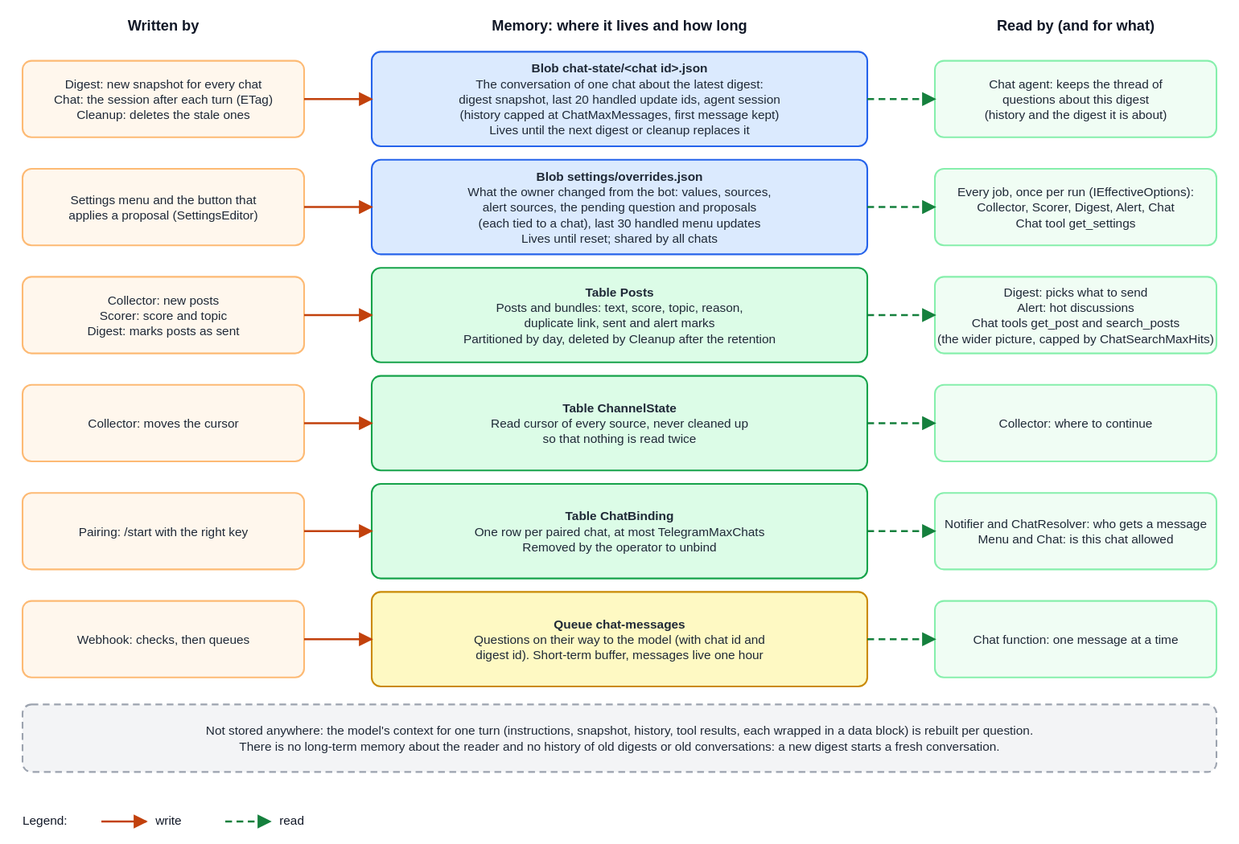
The draw.io diagram docs/developer-guide/images/memory.drawio.svg in KopylP/signal-feed, before a commit. Source tidied: cells renumbered, new cells last; positions are measured from the earlier drawing's top-left corner, leaving out a move shared by most shapes.
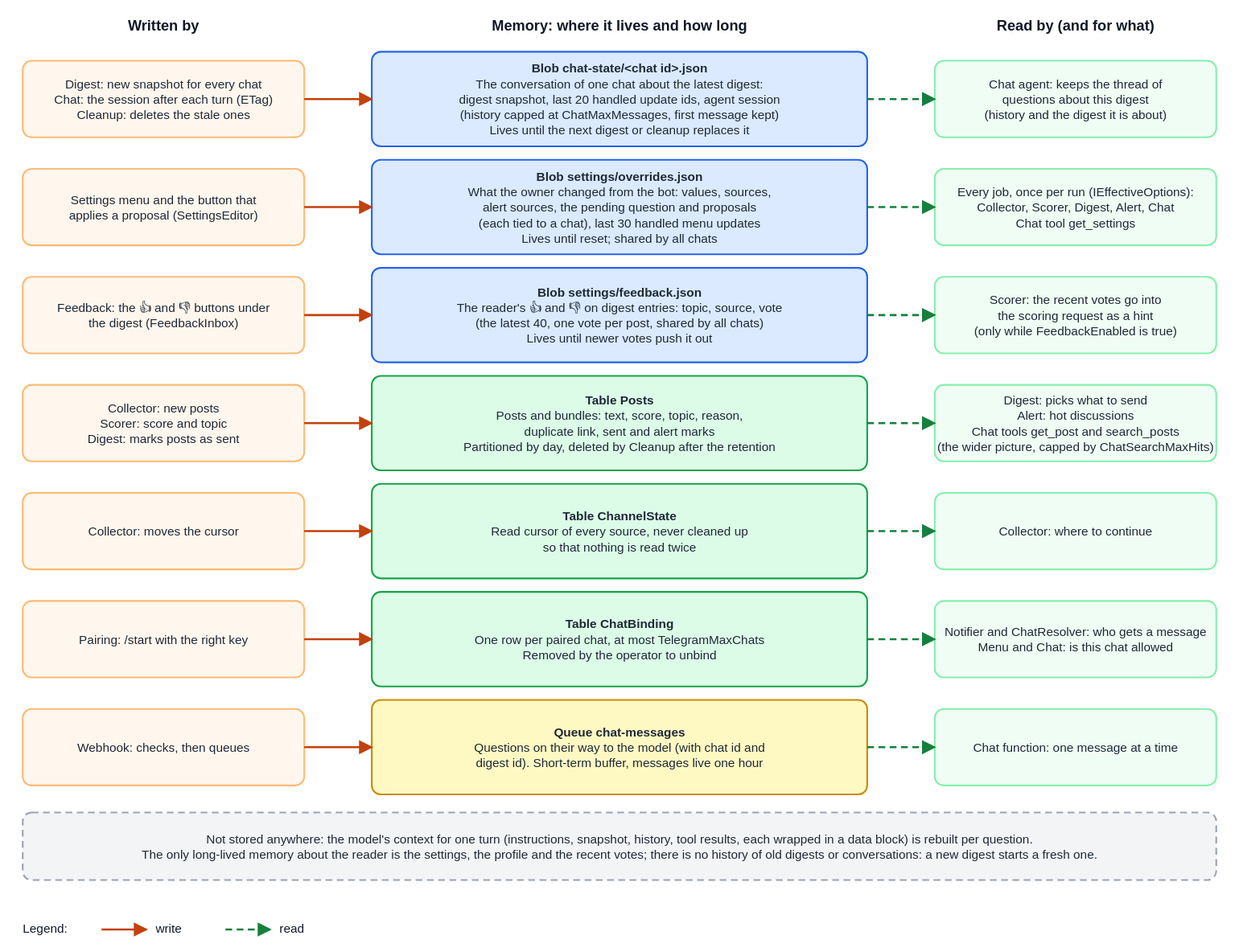
After the change.

The edit, as a diff of the source:
```diff
@@ -3,74 +3,104 @@
     <mxCell id="0" />
     <mxCell id="1" parent="0" />
     <mxCell id="2" value="&lt;b&gt;Written by&lt;/b&gt;" style="text;html=1;whiteSpace=wrap;align=center;verticalAlign=top;spacing=0;fontSize=13;fontColor=#111827;" parent="1" vertex="1">
-      <mxGeometry width="250" height="19" as="geometry" />
+      <mxGeometry y="-96" width="250" height="19" as="geometry" />
     </mxCell>
     <mxCell id="3" value="&lt;b&gt;Memory: where it lives and how long&lt;/b&gt;" style="text;html=1;whiteSpace=wrap;align=center;verticalAlign=top;spacing=0;fontSize=13;fontColor=#111827;" parent="1" vertex="1">
-      <mxGeometry x="310" width="440" height="19" as="geometry" />
+      <mxGeometry x="310" y="-96" width="440" height="19" as="geometry" />
     </mxCell>
     <mxCell id="4" value="&lt;b&gt;Read by (and for what)&lt;/b&gt;" style="text;html=1;whiteSpace=wrap;align=center;verticalAlign=top;spacing=0;fontSize=13;fontColor=#111827;" parent="1" vertex="1">
-      <mxGeometry x="810" width="250" height="19" as="geometry" />
+      <mxGeometry x="810" y="-96" width="250" height="19" as="geometry" />
     </mxCell>
     <mxCell id="5" style="rounded=1;arcSize=6;html=1;strokeColor=#2563eb;fillColor=#dbeafe;strokeWidth=1.5;" parent="1" vertex="1">
-      <mxGeometry x="310" y="32" width="440" height="84" as="geometry" />
+      <mxGeometry x="310" y="-64" width="440" height="84" as="geometry" />
     </mxCell>
     <mxCell id="6" value="&lt;b&gt;Blob  chat-state/&amp;lt;chat id&amp;gt;.json&lt;/b&gt;&lt;br&gt;The conversation of one chat about the latest digest:&lt;br&gt;digest snapshot, last 20 handled update ids, agent session&lt;br&gt;(history capped at ChatMaxMessages, first message kept)&lt;br&gt;Lives until the next digest or cleanup replaces it" style="text;html=1;whiteSpace=wrap;align=center;verticalAlign=top;spacing=0;fontSize=11;fontColor=#1f2937;" parent="1" vertex="1">
-      <mxGeometry x="310" y="39.6" width="440" height="70.8" as="geometry" />
+      <mxGeometry x="310" y="-56.4" width="440" height="70.8" as="geometry" />
     </mxCell>
     <mxCell id="7" style="rounded=1;arcSize=6;html=1;strokeColor=#fdba74;fillColor=#fff7ed;strokeWidth=1.5;" parent="1" vertex="1">
-      <mxGeometry y="40" width="250" height="68" as="geometry" />
+      <mxGeometry y="-56" width="250" height="68" as="geometry" />
     </mxCell>
     <mxCell id="8" value="Digest: new snapshot for every chat&lt;br&gt;Chat: the session after each turn (ETag)&lt;br&gt;Cleanup: deletes the stale ones" style="text;html=1;whiteSpace=wrap;align=center;verticalAlign=top;spacing=0;fontSize=11;fontColor=#1f2937;" parent="1" vertex="1">
-      <mxGeometry y="53.4" width="250" height="43.2" as="geometry" />
+      <mxGeometry y="-42.6" width="250" height="43.2" as="geometry" />
     </mxCell>
     <mxCell id="9" style="rounded=1;arcSize=6;html=1;strokeColor=#86efac;fillColor=#f0fdf4;strokeWidth=1.5;" parent="1" vertex="1">
-      <mxGeometry x="810" y="40" width="250" height="68" as="geometry" />
+      <mxGeometry x="810" y="-56" width="250" height="68" as="geometry" />
     </mxCell>
     <mxCell id="10" value="Chat agent: keeps the thread of&lt;br&gt;questions about this digest&lt;br&gt;(history and the digest it is about)" style="text;html=1;whiteSpace=wrap;align=center;verticalAlign=top;spacing=0;fontSize=11;fontColor=#1f2937;" parent="1" vertex="1">
-      <mxGeometry x="810" y="53.4" width="250" height="43.2" as="geometry" />
+      <mxGeometry x="810" y="-42.6" width="250" height="43.2" as="geometry" />
     </mxCell>
     <mxCell id="11" style="endArrow=block;html=1;strokeColor=#c2410c;strokeWidth=1.8;" parent="1" edge="1">
       <mxGeometry relative="1" as="geometry">
-        <mxPoint x="250" y="74" as="sourcePoint" />
-        <mxPoint x="310" y="74" as="targetPoint" />
+        <mxPoint x="250" y="-22" as="sourcePoint" />
+        <mxPoint x="310" y="-22" as="targetPoint" />
       </mxGeometry>
     </mxCell>
     <mxCell id="12" style="endArrow=block;html=1;strokeColor=#15803d;strokeWidth=1.8;dashed=1;" parent="1" edge="1">
       <mxGeometry relative="1" as="geometry">
-        <mxPoint x="750" y="74" as="sourcePoint" />
-        <mxPoint x="810" y="74" as="targetPoint" />
+        <mxPoint x="750" y="-22" as="sourcePoint" />
+        <mxPoint x="810" y="-22" as="targetPoint" />
       </mxGeometry>
     </mxCell>
     <mxCell id="13" style="rounded=1;arcSize=6;html=1;strokeColor=#2563eb;fillColor=#dbeafe;strokeWidth=1.5;" parent="1" vertex="1">
-      <mxGeometry x="310" y="128" width="440" height="84" as="geometry" />
+      <mxGeometry x="310" y="32" width="440" height="84" as="geometry" />
     </mxCell>
     <mxCell id="14" value="&lt;b&gt;Blob  settings/overrides.json&lt;/b&gt;&lt;br&gt;What the owner changed from the bot: values, sources,&lt;br&gt;alert sources, the pending question and proposals&lt;br&gt;(each tied to a chat), last 30 handled menu updates&lt;br&gt;Lives until reset; shared by all chats" style="text;html=1;whiteSpace=wrap;align=center;verticalAlign=top;spacing=0;fontSize=11;fontColor=#1f2937;" parent="1" vertex="1">
-      <mxGeometry x="310" y="135.6" width="440" height="70.8" as="geometry" />
+      <mxGeometry x="310" y="39.6" width="440" height="70.8" as="geometry" />
     </mxCell>
     <mxCell id="15" style="rounded=1;arcSize=6;html=1;strokeColor=#fdba74;fillColor=#fff7ed;strokeWidth=1.5;" parent="1" vertex="1">
-      <mxGeometry y="136" width="250" height="68" as="geometry" />
+      <mxGeometry y="40" width="250" height="68" as="geometry" />
     </mxCell>
     <mxCell id="16" value="Settings menu and the button that&lt;br&gt;applies a proposal (SettingsEditor)" style="text;html=1;whiteSpace=wrap;align=center;verticalAlign=top;spacing=0;fontSize=11;fontColor=#1f2937;" parent="1" vertex="1">
-      <mxGeometry y="156.2" width="250" height="29.5" as="geometry" />
+      <mxGeometry y="60.2" width="250" height="29.5" as="geometry" />
     </mxCell>
     <mxCell id="17" style="rounded=1;arcSize=6;html=1;strokeColor=#86efac;fillColor=#f0fdf4;strokeWidth=1.5;" parent="1" vertex="1">
-      <mxGeometry x="810" y="136" width="250" height="68" as="geometry" />
+      <mxGeometry x="810" y="40" width="250" height="68" as="geometry" />
     </mxCell>
     <mxCell id="18" value="Every job, once per run (IEffectiveOptions):&lt;br&gt;Collector, Scorer, Digest, Alert, Chat&lt;br&gt;Chat tool get_settings" style="text;html=1;whiteSpace=wrap;align=center;verticalAlign=top;spacing=0;fontSize=11;fontColor=#1f2937;" parent="1" vertex="1">
-      <mxGeometry x="810" y="149.4" width="250" height="43.2" as="geometry" />
+      <mxGeometry x="810" y="53.4" width="250" height="43.2" as="geometry" />
     </mxCell>
     <mxCell id="19" style="endArrow=block;html=1;strokeColor=#c2410c;strokeWidth=1.8;" parent="1" edge="1">
       <mxGeometry relative="1" as="geometry">
-        <mxPoint x="250" y="170" as="sourcePoint" />
-        <mxPoint x="310" y="170" as="targetPoint" />
+        <mxPoint x="250" y="74" as="sourcePoint" />
+        <mxPoint x="310" y="74" as="targetPoint" />
       </mxGeometry>
     </mxCell>
     <mxCell id="20" style="endArrow=block;html=1;strokeColor=#15803d;strokeWidth=1.8;dashed=1;" parent="1" edge="1">
       <mxGeometry relative="1" as="geometry">
-        <mxPoint x="750" y="170" as="sourcePoint" />
-        <mxPoint x="810" y="170" as="targetPoint" />
+        <mxPoint x="750" y="74" as="sourcePoint" />
+        <mxPoint x="810" y="74" as="targetPoint" />
       </mxGeometry>
     </mxCell>
+    <mxCell id="60" style="rounded=1;arcSize=6;html=1;strokeColor=#2563eb;fillColor=#dbeafe;strokeWidth=1.5;" parent="1" vertex="1">
+      <mxGeometry x="310" y="128" width="440" height="84" as="geometry" />
+    </mxCell>
+    <mxCell id="61" value="&lt;b&gt;Blob  settings/feedback.json&lt;/b&gt;&lt;br&gt;The reader's 👍 and 👎 on digest entries: topic, source, vote&lt;br&gt;(the latest 40, one vote per post, shared by all chats)&lt;br&gt;Lives until newer votes push it out" style="text;html=1;whiteSpace=wrap;align=center;verticalAlign=top;spacing=0;fontSize=11;fontColor=#1f2937;" parent="1" vertex="1">
+      <mxGeometry x="310" y="142.5" width="440" height="57" as="geometry" />
+    </mxCell>
+    <mxCell id="62" style="rounded=1;arcSize=6;html=1;strokeColor=#fdba74;fillColor=#fff7ed;strokeWidth=1.5;" parent="1" vertex="1">
+      <mxGeometry y="136" width="250" height="68" as="geometry" />
+    </mxCell>
+    <mxCell id="63" value="Feedback: the 👍 and 👎 buttons under&lt;br&gt;the digest (FeedbackInbox)" style="text;html=1;whiteSpace=wrap;align=center;verticalAlign=top;spacing=0;fontSize=11;fontColor=#1f2937;" parent="1" vertex="1">
+      <mxGeometry y="156.2" width="250" height="29.5" as="geometry" />
+    </mxCell>
+    <mxCell id="64" style="rounded=1;arcSize=6;html=1;strokeColor=#86efac;fillColor=#f0fdf4;strokeWidth=1.5;" parent="1" vertex="1">
+      <mxGeometry x="810" y="136" width="250" height="68" as="geometry" />
+    </mxCell>
+    <mxCell id="65" value="Scorer: the recent votes go into&lt;br&gt;the scoring request as a hint&lt;br&gt;(only while FeedbackEnabled is true)" style="text;html=1;whiteSpace=wrap;align=center;verticalAlign=top;spacing=0;fontSize=11;fontColor=#1f2937;" parent="1" vertex="1">
+      <mxGeometry x="810" y="149.4" width="250" height="43.2" as="geometry" />
+    </mxCell>
+    <mxCell id="66" style="endArrow=block;html=1;strokeColor=#c2410c;strokeWidth=1.8;" parent="1" edge="1">
+      <mxGeometry relative="1" as="geometry">
+        <mxPoint x="250" y="170" as="sourcePoint" />
+        <mxPoint x="310" y="170" as="targetPoint" />
+      </mxGeometry>
+    </mxCell>
+    <mxCell id="67" style="endArrow=block;html=1;strokeColor=#15803d;strokeWidth=1.8;dashed=1;" parent="1" edge="1">
+      <mxGeometry relative="1" as="geometry">
+        <mxPoint x="750" y="170" as="sourcePoint" />
+        <mxPoint x="810" y="170" as="targetPoint" />
+      </mxGeometry>
+    </mxCell>
     <mxCell id="21" style="rounded=1;arcSize=6;html=1;strokeColor=#16a34a;fillColor=#dcfce7;strokeWidth=1.5;" parent="1" vertex="1">
       <mxGeometry x="310" y="224" width="440" height="84" as="geometry" />
     </mxCell>
@@ -194,7 +224,7 @@
     <mxCell id="53" style="rounded=1;arcSize=6;html=1;strokeColor=#9ca3af;fillColor=#f3f4f6;strokeWidth=1.5;dashed=1;" parent="1" vertex="1">
       <mxGeometry y="612" width="1060" height="60" as="geometry" />
     </mxCell>
-    <mxCell id="54" value="Not stored anywhere: the model&amp;#x27;s context for one turn (instructions, snapshot, history, tool results, each wrapped in a data block) is rebuilt per question.&lt;br&gt;There is no long-term memory about the reader and no history of old digests or old conversations: a new digest starts a fresh conversation." style="text;html=1;whiteSpace=wrap;align=center;verticalAlign=top;spacing=0;fontSize=11;fontColor=#1f2937;" parent="1" vertex="1">
+    <mxCell id="54" value="Not stored anywhere: the model&amp;#x27;s context for one turn (instructions, snapshot, history, tool results, each wrapped in a data block) is rebuilt per question.&lt;br&gt;The only long-lived memory about the reader is the settings, the profile and the recent votes; there is no history of old digests or conversations: a new digest starts a fresh one." style="text;html=1;whiteSpace=wrap;align=center;verticalAlign=top;spacing=0;fontSize=11;fontColor=#1f2937;" parent="1" vertex="1">
       <mxGeometry y="628.2" width="1060" height="29.5" as="geometry" />
     </mxCell>
     <mxCell id="55" value="Legend:" style="text;html=1;whiteSpace=wrap;align=left;verticalAlign=top;spacing=0;fontSize=11;fontColor=#111827;" parent="1" vertex="1">
```
